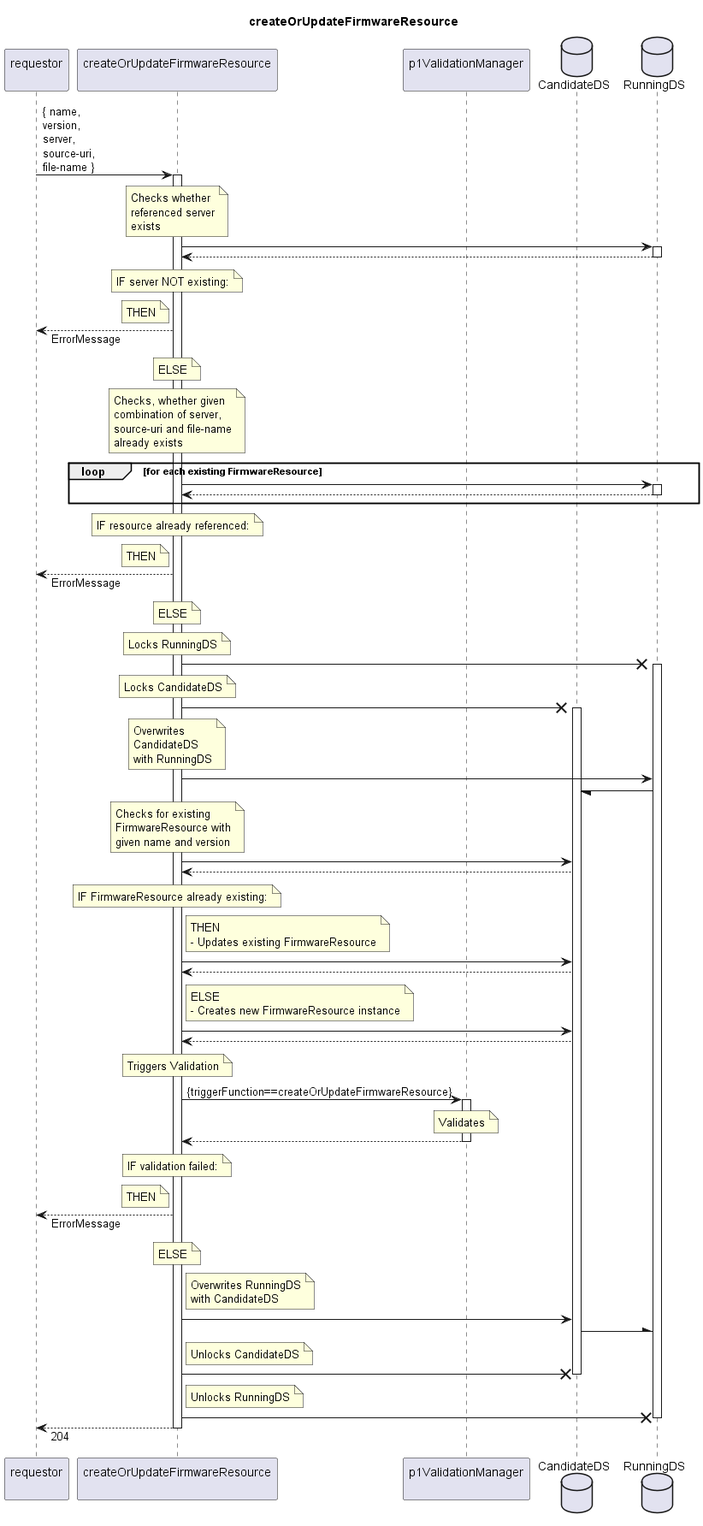
The PlantUML diagram spec/Services/createOrUpdateFirmwareResource/1.0.0/createOrUpdateFirmwareResource.png in openBackhaul/FirmWareManager, before a commit.
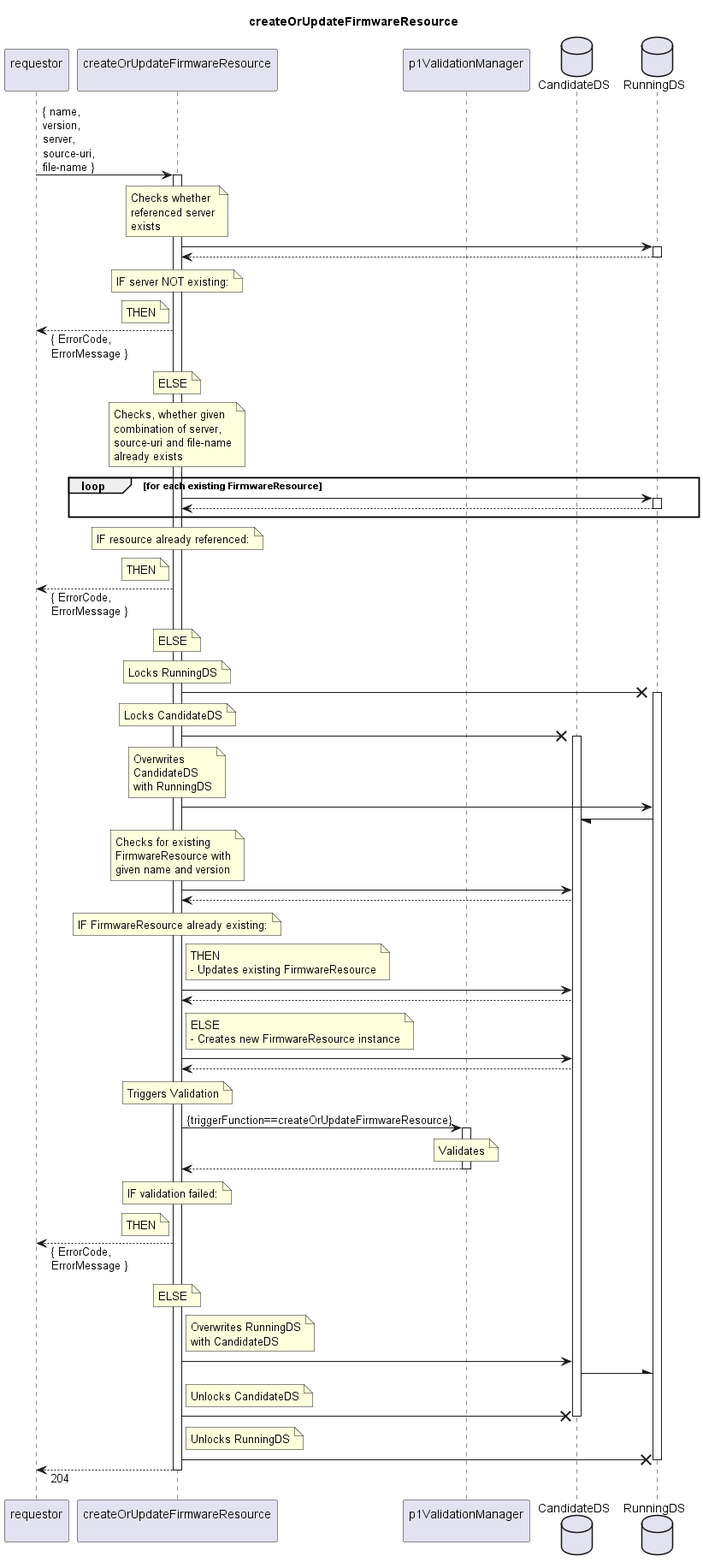
The same file after the commit.

The edit, as a diff of the source:
```diff
@@ -29,7 +29,7 @@
   note left couFWR
     THEN
   end note
-  requestor <-- couFWR: ErrorMessage
+  requestor <-- couFWR: { ErrorCode,\nErrorMessage }
   note over couFWR
     ELSE
   end note
@@ -52,7 +52,7 @@
   note left couFWR
     THEN
   end note
-  requestor <-- couFWR: ErrorMessage
+  requestor <-- couFWR: { ErrorCode,\nErrorMessage }
   note over couFWR
     ELSE
   end note
@@ -114,7 +114,7 @@
   note left couFWR
     THEN
   end note
-  requestor <-- couFWR: ErrorMessage
+  requestor <-- couFWR: { ErrorCode,\nErrorMessage }
   note over couFWR
     ELSE
   end note
```
